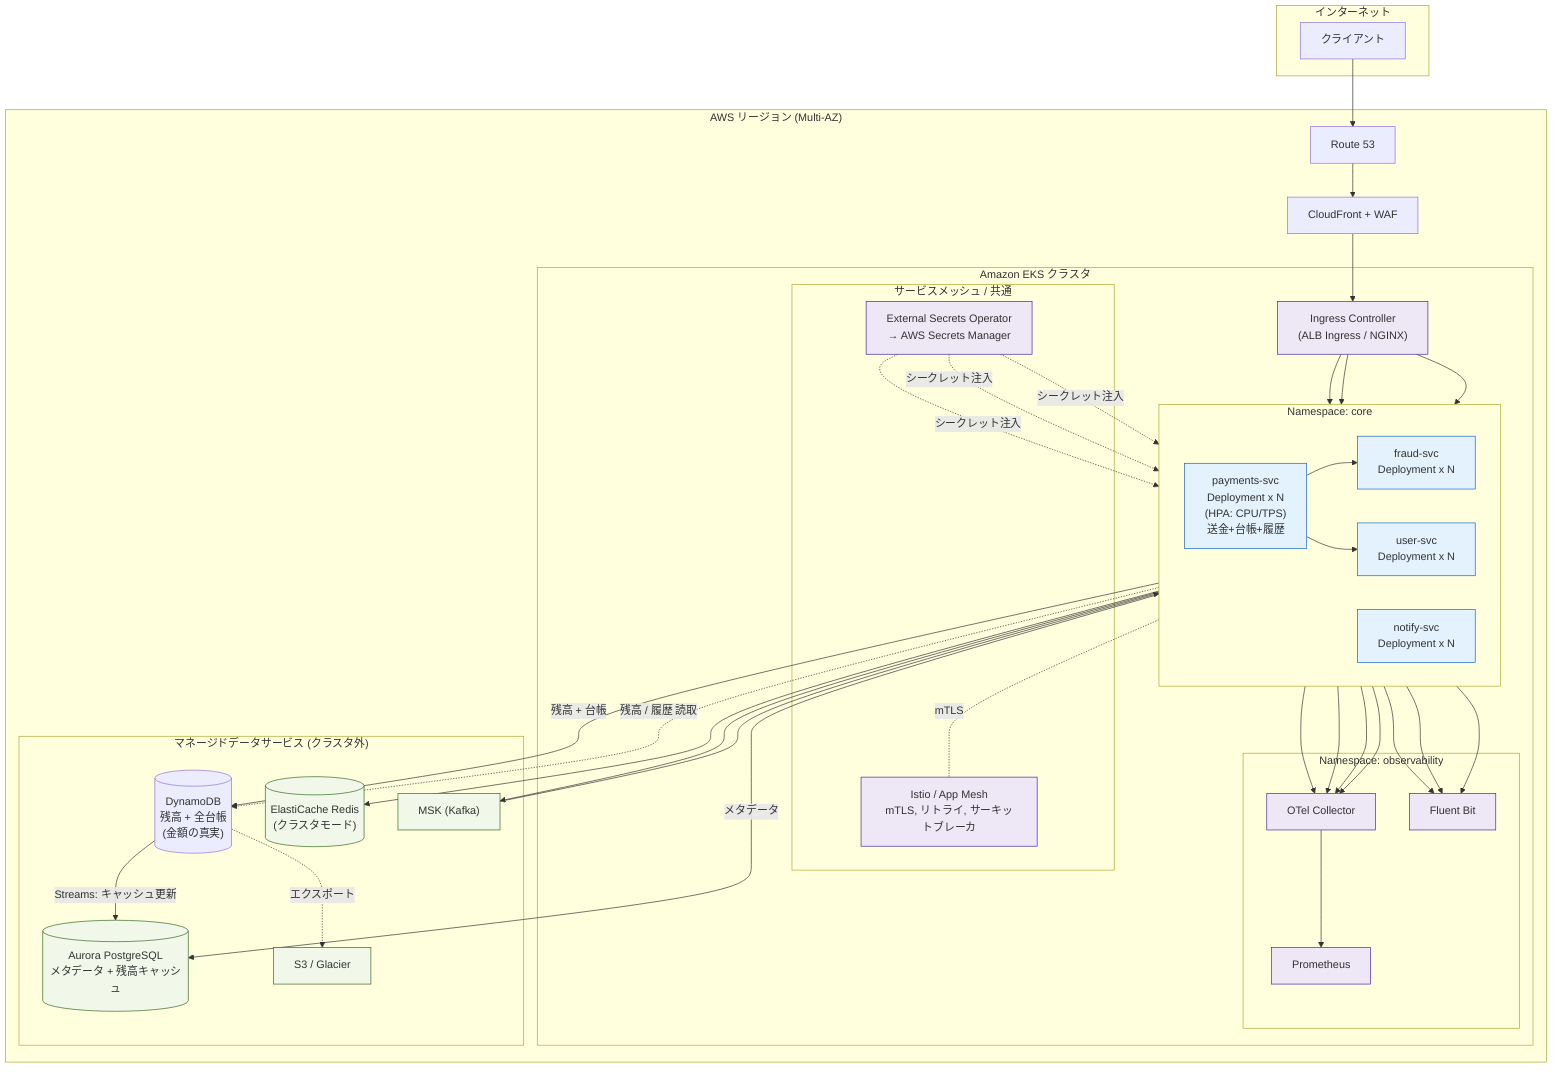
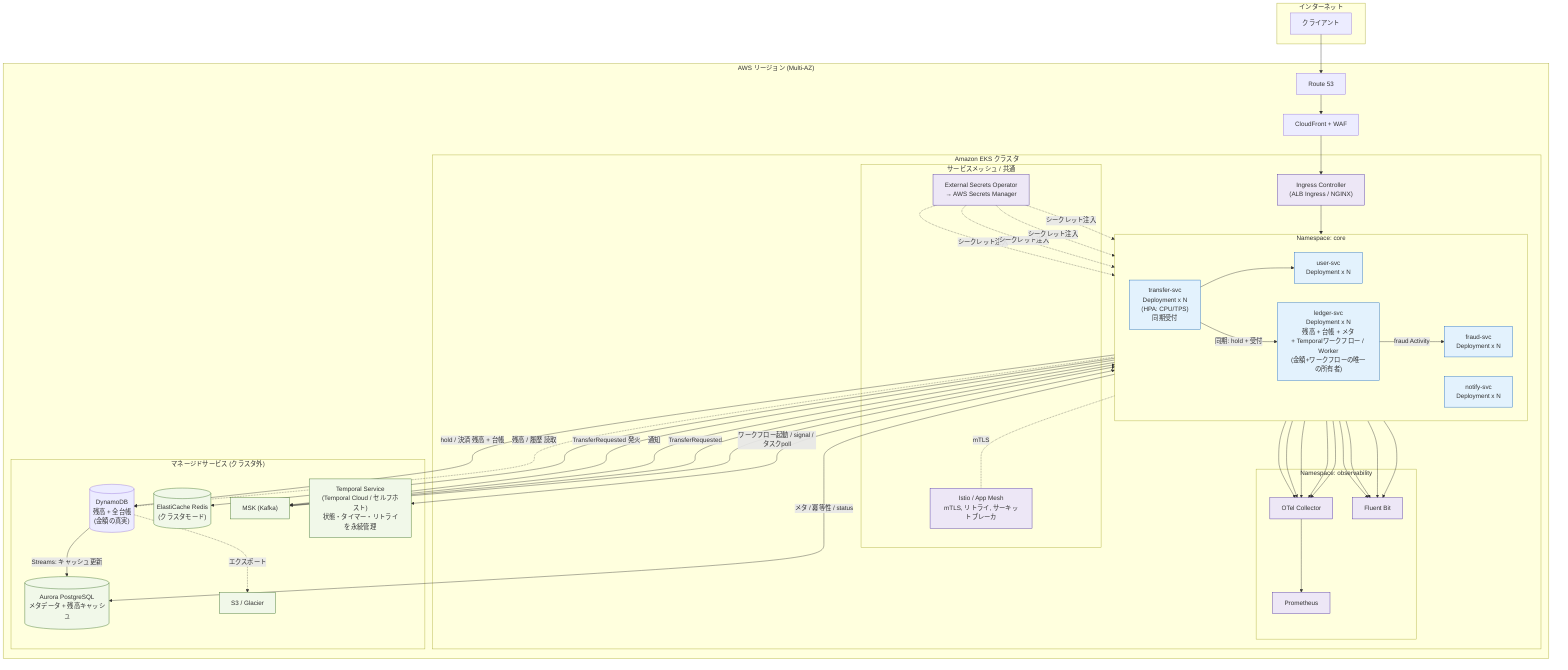
graph TB
    subgraph Internet["インターネット"]
        U["クライアント"]
    end

    subgraph AWS["AWS リージョン (Multi-AZ)"]
        R53["Route 53"]
        WAFCF["CloudFront + WAF"]

        subgraph EKS["Amazon EKS クラスタ"]
            ING["Ingress Controller<br/>(ALB Ingress / NGINX)"]

            subgraph NSCore["Namespace: core"]
                direction LR
-                 TPOD["payments-svc<br/>Deployment x N<br/>(HPA: CPU/TPS)<br/>送金+台帳+履歴"]
+                 TPOD["transfer-svc<br/>Deployment x N<br/>(HPA: CPU/TPS)<br/>同期受付"]
+                 LPOD["ledger-svc<br/>Deployment x N<br/>残高 + 台帳 + メタ<br/>+ Temporalワークフロー / Worker<br/>(金額+ワークフローの唯一の所有者)"]
                FPOD["fraud-svc<br/>Deployment x N"]
                UPOD["user-svc<br/>Deployment x N"]
                NPOD["notify-svc<br/>Deployment x N"]
            end

            subgraph NSMesh["サービスメッシュ / 共通"]
                MESH["Istio / App Mesh<br/>mTLS, リトライ, サーキットブレーカ"]
                ESO["External Secrets Operator<br/>→ AWS Secrets Manager"]
            end

            subgraph NSObs["Namespace: observability"]
                PROM["Prometheus"]
                OTEL["OTel Collector"]
                FLUENT["Fluent Bit"]
            end
        end

-         subgraph Managed["マネージドデータサービス (クラスタ外)"]
+         subgraph Managed["マネージドサービス (クラスタ外)"]
            DDB[("DynamoDB<br/>残高 + 全台帳<br/>(金額の真実)")]
            AURORA[("Aurora PostgreSQL<br/>メタデータ + 残高キャッシュ")]
            REDIS[("ElastiCache Redis<br/>(クラスタモード)")]
            MSK["MSK (Kafka)"]
+             TEMPORAL["Temporal Service<br/>(Temporal Cloud / セルフホスト)<br/>状態・タイマー・リトライを永続管理"]
            S3B["S3 / Glacier"]
        end
    end

    U --> R53 --> WAFCF --> ING
-     ING --> TPOD & FPOD & UPOD
+     ING --> TPOD
    TPOD -.mTLS.- MESH
-     TPOD -->|残高 + 台帳| DDB
-     TPOD -->|メタデータ| AURORA
+     TPOD --> UPOD
    TPOD --> REDIS
-     TPOD --> FPOD & UPOD
-     TPOD --> MSK
+     TPOD -->|同期: hold + 受付| LPOD
+     TPOD -->|TransferRequested 発火| MSK
+     LPOD -->|hold / 決済 残高 + 台帳| DDB
+     LPOD -->|メタ / 冪等性 / status| AURORA
+     MSK -->|TransferRequested| LPOD
+     LPOD <-->|ワークフロー起動 / signal / タスクpoll| TEMPORAL
+     LPOD -->|fraud Activity| FPOD
+     LPOD -->|通知| MSK
    MSK --> NPOD
-     TPOD -.残高 / 履歴 読取.-> DDB
+     LPOD -.残高 / 履歴 読取.-> DDB
    DDB -->|Streams: キャッシュ更新| AURORA
-     ESO -.シークレット注入.-> TPOD & FPOD & UPOD
-     TPOD & FPOD & UPOD & NPOD --> OTEL
+     ESO -.シークレット注入.-> TPOD & LPOD & FPOD & UPOD
+     TPOD & LPOD & FPOD & UPOD & NPOD --> OTEL
    OTEL --> PROM
-     TPOD & FPOD & UPOD --> FLUENT
+     TPOD & LPOD & FPOD & UPOD --> FLUENT
    DDB -.エクスポート.-> S3B

    classDef pod fill:#e3f2fd,stroke:#1565c0,stroke-width:1px;
    classDef infra fill:#ede7f6,stroke:#4527a0,stroke-width:1px;
    classDef data fill:#f1f8e9,stroke:#33691e,stroke-width:1px;
-     class TPOD,FPOD,UPOD,NPOD pod;
+     class TPOD,LPOD,FPOD,UPOD,NPOD pod;
    class MESH,ESO,PROM,OTEL,FLUENT,ING infra;
-     class AURORA,REDIS,MSK,S3B data;
+     class AURORA,REDIS,MSK,TEMPORAL,S3B data;
